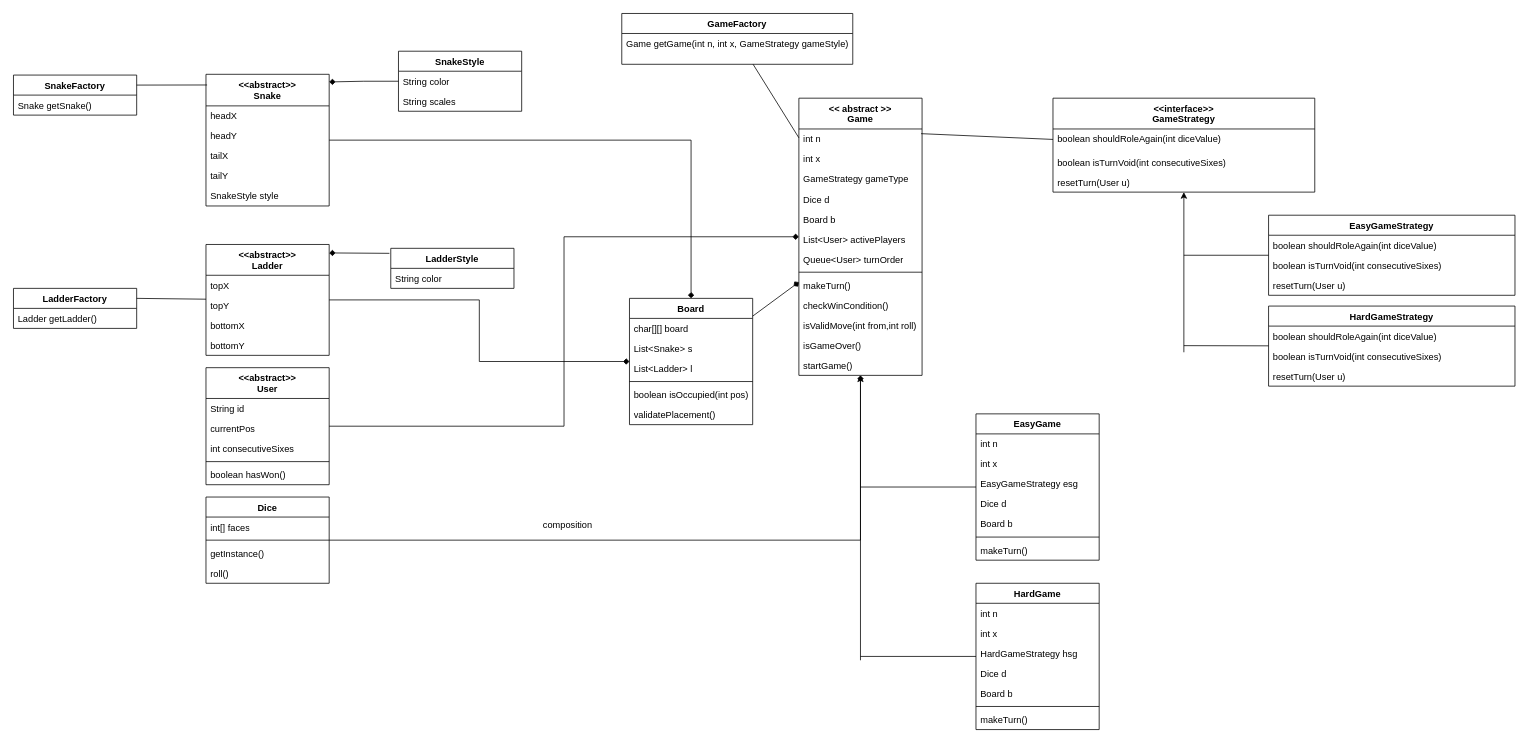
akshat-code21/snakes_ladders keeps this draw.io diagram as Snakes_Ladders_LLD.drawio. Above is the earlier version. Source tidied: cells renumbered, new cells numbered last; positions are measured from the earlier drawing's top-left corner, leaving out a move shared by most shapes. Both pictures are drawn from the tidied source at 77%, with x=0, y=0 at pixel (13, 13).
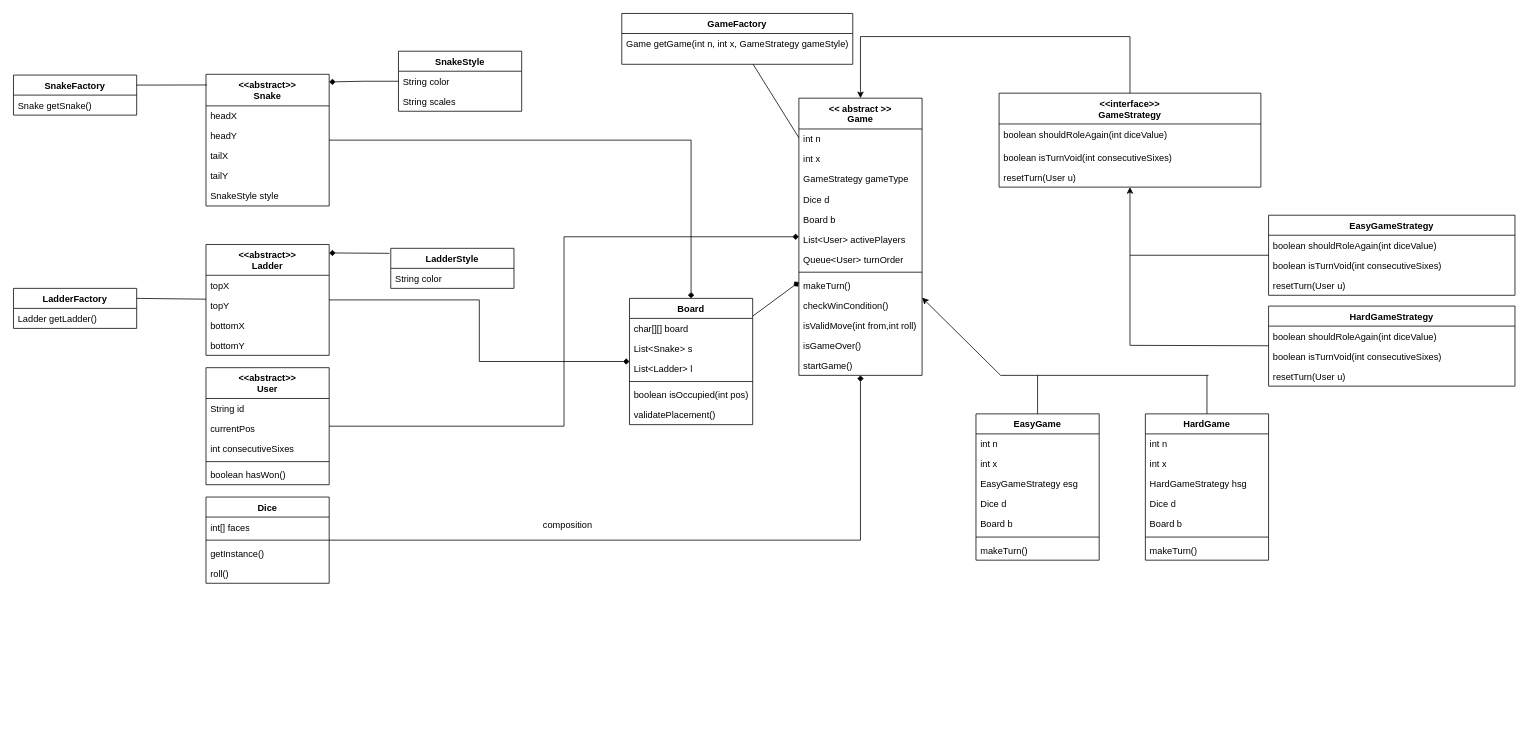
The same diagram, later.

Unchanged cells that the change refers to:
```xml
<mxCell id="9" value="&amp;lt;&amp;lt; abstract &amp;gt;&amp;gt;&lt;div&gt;Game&lt;/div&gt;" style="swimlane;fontStyle=1;align=center;verticalAlign=top;horizontal=1;startSize=40;whiteSpace=wrap;html=1;" parent="1" vertex="1">
  <mxGeometry x="1020" y="110" width="160" height="360" as="geometry" />
</mxCell>
<mxCell id="61" value="EasyGameStrategy" style="swimlane;fontStyle=1;align=center;verticalAlign=top;horizontal=1;startSize=26;whiteSpace=wrap;html=1;" parent="1" vertex="1">
  <mxGeometry x="1630" y="262" width="320" height="104" as="geometry" />
</mxCell>
<mxCell id="65" value="HardGameStrategy" style="swimlane;fontStyle=1;align=center;verticalAlign=top;horizontal=1;startSize=26;whiteSpace=wrap;html=1;" parent="1" vertex="1">
  <mxGeometry x="1630" y="380" width="320" height="104" as="geometry" />
</mxCell>
<mxCell id="71" value="EasyGame" style="swimlane;fontStyle=1;align=center;verticalAlign=top;horizontal=1;startSize=26;whiteSpace=wrap;html=1;" parent="1" vertex="1">
  <mxGeometry x="1250" y="520" width="160" height="190" as="geometry" />
</mxCell>
```

Change to the diagram source:
```diff
@@
     <mxCell id="57" value="&amp;lt;&amp;lt;interface&amp;gt;&amp;gt;&lt;div&gt;GameStrategy&lt;/div&gt;" style="swimlane;fontStyle=1;align=center;verticalAlign=top;horizontal=1;startSize=40;whiteSpace=wrap;html=1;" parent="1" vertex="1">
-      <mxGeometry x="1350" y="110" width="340" height="122" as="geometry" />
+      <mxGeometry x="1280" y="103.5" width="340" height="122" as="geometry" />
     </mxCell>
@@
-    <mxCell id="69" style="edgeStyle=none;jettySize=auto;html=1;rounded=0;exitX=0.992;exitY=0.128;exitDx=0;exitDy=0;exitPerimeter=0;endArrow=none;endFill=0;" parent="1" edge="1" source="9" target="57">
-      <mxGeometry relative="1" as="geometry" />
-    </mxCell>
@@
     <mxCell id="79" value="HardGame" style="swimlane;fontStyle=1;align=center;verticalAlign=top;horizontal=1;startSize=26;whiteSpace=wrap;html=1;" parent="1" vertex="1">
-      <mxGeometry x="1250" y="740" width="160" height="190" as="geometry" />
+      <mxGeometry x="1470" y="520" width="160" height="190" as="geometry" />
     </mxCell>
@@
     <mxCell id="87" style="edgeStyle=none;jettySize=auto;html=1;rounded=0;endArrow=none;endFill=0;" parent="1" edge="1" target="71">
       <mxGeometry relative="1" as="geometry">
-        <mxPoint x="1100" y="615" as="sourcePoint" />
+        <mxPoint x="1330" y="470" as="sourcePoint" />
       </mxGeometry>
     </mxCell>
     <mxCell id="88" style="edgeStyle=none;jettySize=auto;html=1;rounded=0;endArrow=none;endFill=0;" parent="1" edge="1" target="79">
       <mxGeometry relative="1" as="geometry">
-        <mxPoint x="1100" y="835" as="sourcePoint" />
+        <mxPoint x="1550" y="470" as="sourcePoint" />
       </mxGeometry>
     </mxCell>
@@
     <mxCell id="97" style="edgeStyle=none;jettySize=auto;html=1;rounded=0;shape=wire;dashed=1;endArrow=none;endFill=0;" parent="1" edge="1" target="61">
       <mxGeometry relative="1" as="geometry">
-        <mxPoint x="1520" y="314" as="sourcePoint" />
+        <mxPoint x="1450" y="314" as="sourcePoint" />
       </mxGeometry>
     </mxCell>
     <mxCell id="98" style="edgeStyle=none;jettySize=auto;html=1;rounded=0;endArrow=classic;endFill=1;" parent="1" edge="1" target="57">
       <mxGeometry relative="1" as="geometry">
-        <mxPoint x="1520" y="440" as="sourcePoint" />
+        <mxPoint x="1450" y="431" as="sourcePoint" />
       </mxGeometry>
     </mxCell>
     <mxCell id="99" style="edgeStyle=none;jettySize=auto;html=1;rounded=0;shape=wire;dashed=1;endArrow=none;endFill=0;" parent="1" edge="1" target="65">
       <mxGeometry relative="1" as="geometry">
-        <mxPoint x="1520" y="431.4" as="sourcePoint" />
+        <mxPoint x="1450" y="431" as="sourcePoint" />
       </mxGeometry>
     </mxCell>
     <mxCell id="100" style="edgeStyle=none;jettySize=auto;html=1;rounded=0;" parent="1" edge="1" target="9">
       <mxGeometry relative="1" as="geometry">
-        <mxPoint x="1100" y="840" as="sourcePoint" />
+        <mxPoint x="1552" y="470" as="sourcePoint" />
+        <Array as="points">
+          <mxPoint x="1282" y="470" />
+        </Array>
       </mxGeometry>
     </mxCell>
@@
+    <mxCell id="102" style="group;" parent="1" vertex="1">
+      <mxGeometry x="1100" y="30" width="350" as="geometry" />
+    </mxCell>
+    <mxCell id="103" style="edgeStyle=none;jettySize=auto;html=1;rounded=0;" parent="102" edge="1" target="9">
+      <mxGeometry relative="1" as="geometry">
+        <mxPoint as="sourcePoint" />
+      </mxGeometry>
+    </mxCell>
+    <mxCell id="104" style="edgeStyle=none;orthogonalLoop=1;jettySize=auto;html=1;rounded=0;endArrow=none;endFill=0;" parent="102" edge="1">
+      <mxGeometry relative="1" as="geometry">
+        <mxPoint as="sourcePoint" />
+        <mxPoint x="350" as="targetPoint" />
+      </mxGeometry>
+    </mxCell>
+    <mxCell id="105" style="edgeStyle=none;jettySize=auto;html=1;rounded=0;endArrow=none;endFill=0;" parent="102" edge="1" target="57">
+      <mxGeometry relative="1" as="geometry">
+        <mxPoint x="350" as="sourcePoint" />
+      </mxGeometry>
+    </mxCell>
```
